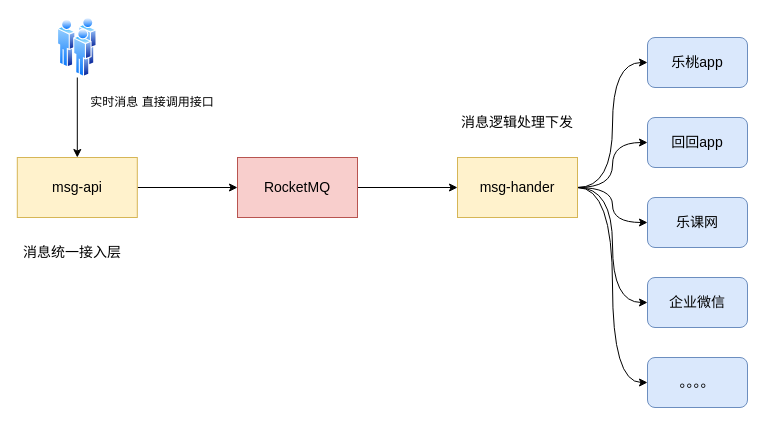
This is 中台/未命名绘图.drawio from gudujiujian11/diagram, a draw.io file, before an edit. Source tidied: cells renumbered, new cells numbered last; positions are measured from the earlier drawing's top-left corner, leaving out a move shared by most shapes. Both pictures are drawn from the tidied source at 100%, with x=0, y=0 at pixel (17, 17).
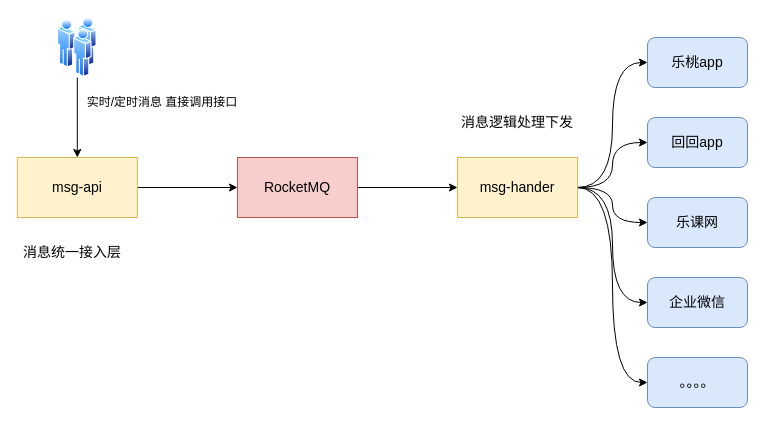
Above is the later version.

Commit message:
更新未命名绘图.drawio

What changed in the source:
```diff
@@
-    <mxCell id="6" value="实时消息 直接调用接口" style="text;html=1;strokeColor=none;fillColor=none;align=center;verticalAlign=middle;whiteSpace=wrap;rounded=0;" parent="1" vertex="1">
-      <mxGeometry x="60" y="80" width="150" height="10" as="geometry" />
+    <mxCell id="6" value="实时/定时消息 直接调用接口" style="text;html=1;strokeColor=none;fillColor=none;align=center;verticalAlign=middle;whiteSpace=wrap;rounded=0;" parent="1" vertex="1">
+      <mxGeometry x="50" y="80" width="190" height="10" as="geometry" />
     </mxCell>
```
